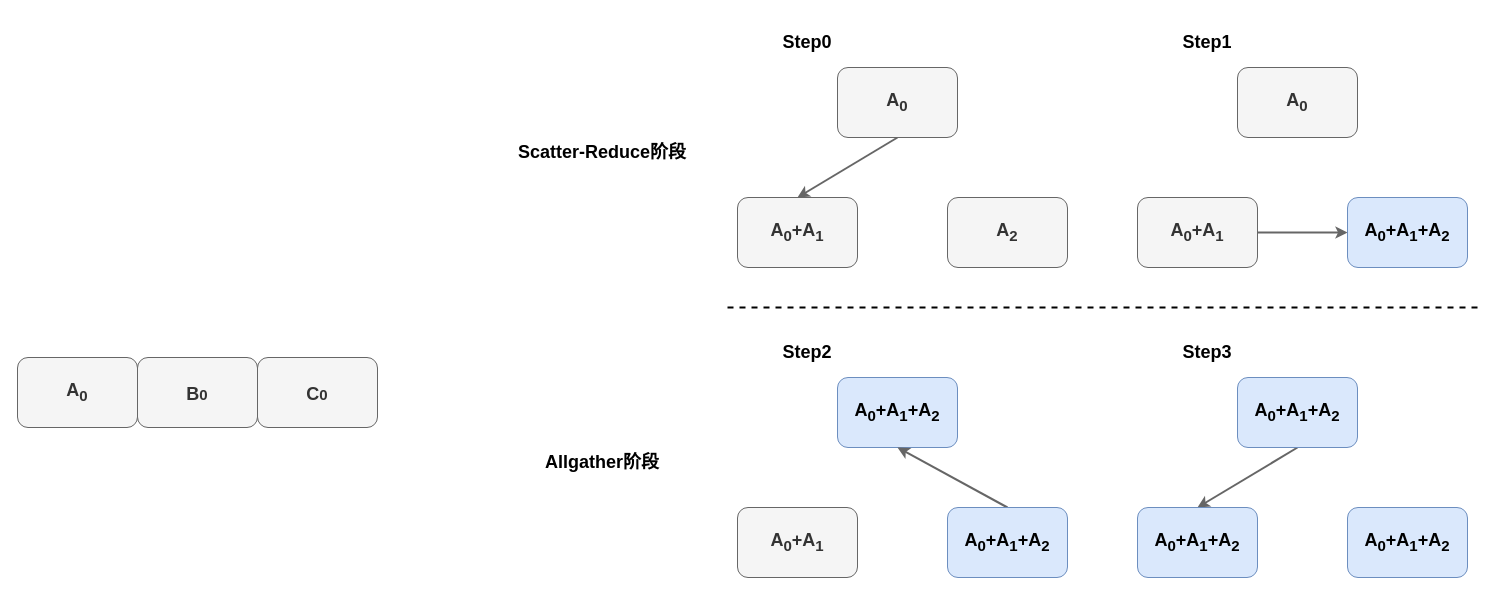
Above: Ring-Allreduce.drawio in abdzhangzeyu/draw.io (draw.io), before the change. Source tidied: cells renumbered, new cells numbered last; positions are measured from the earlier drawing's top-left corner, leaving out a move shared by most shapes. Both pictures are drawn from the tidied source at 100%, with x=0, y=0 at pixel (17, 27).
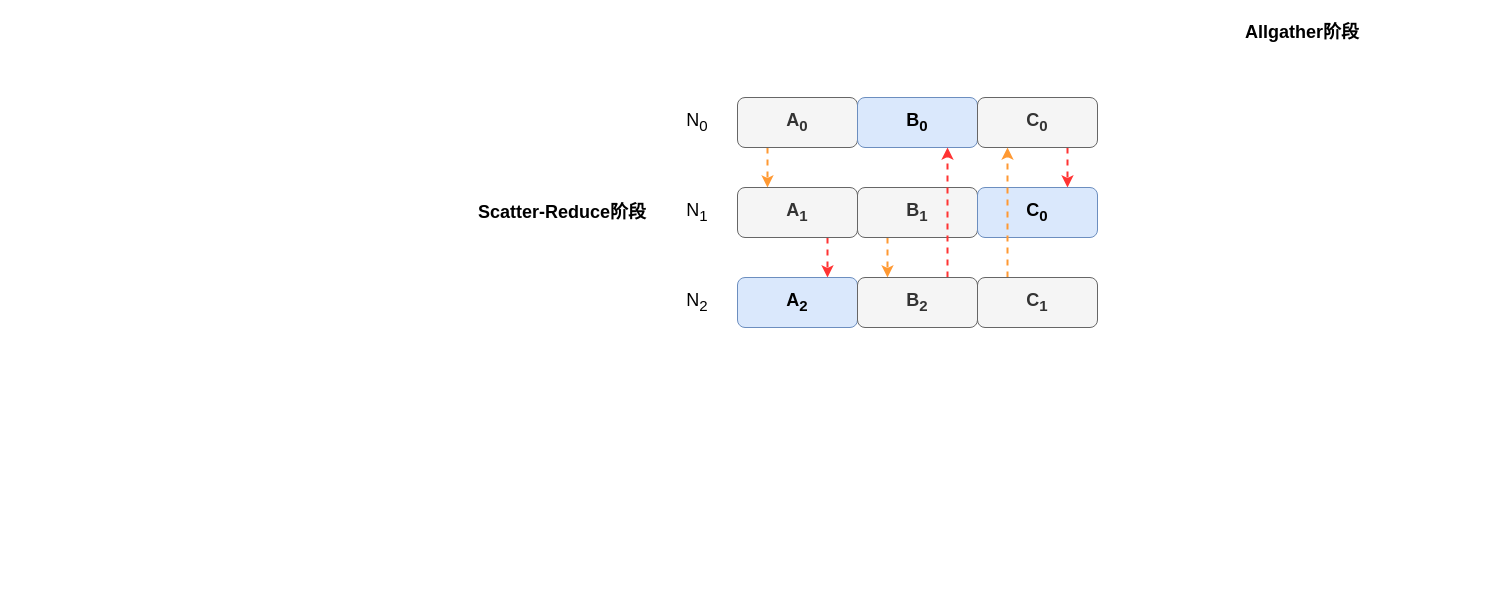
Above is the later version.

Diff of the diagram source:
```diff
@@
-    <mxCell id="2" style="edgeStyle=none;rounded=0;jettySize=auto;html=1;exitX=0.5;exitY=1;exitDx=0;exitDy=0;entryX=0.5;entryY=0;entryDx=0;entryDy=0;fontSize=18;fontColor=#000000;strokeColor=#666666;strokeWidth=2;fontStyle=1;fillColor=#f5f5f5;" parent="1" edge="1" source="3" target="4">
-      <mxGeometry relative="1" as="geometry" />
-    </mxCell>
-    <mxCell id="3" value="A&lt;sub&gt;0&lt;/sub&gt;" style="rounded=1;whiteSpace=wrap;html=1;shadow=0;fontSize=18;fontStyle=1;fillColor=#f5f5f5;fontColor=#333333;strokeColor=#666666;" parent="1" vertex="1">
-      <mxGeometry x="820" y="40" width="120" height="70" as="geometry" />
-    </mxCell>
-    <mxCell id="4" value="A&lt;sub&gt;0&lt;/sub&gt;+A&lt;sub&gt;1&lt;/sub&gt;" style="rounded=1;whiteSpace=wrap;html=1;shadow=0;fontSize=18;fontStyle=1;fillColor=#f5f5f5;fontColor=#333333;strokeColor=#666666;" parent="1" vertex="1">
-      <mxGeometry x="720" y="170" width="120" height="70" as="geometry" />
-    </mxCell>
-    <mxCell id="5" value="A&lt;sub&gt;2&lt;/sub&gt;" style="rounded=1;whiteSpace=wrap;html=1;shadow=0;fontSize=18;fontStyle=1;fillColor=#f5f5f5;fontColor=#333333;strokeColor=#666666;" parent="1" vertex="1">
-      <mxGeometry x="930" y="170" width="120" height="70" as="geometry" />
-    </mxCell>
-    <mxCell id="6" value="Step0" style="text;html=1;strokeColor=none;fillColor=none;align=center;verticalAlign=middle;whiteSpace=wrap;rounded=0;shadow=0;fontSize=18;fontColor=#000000;fontStyle=1;" parent="1" vertex="1">
-      <mxGeometry x="760" width="60" height="30" as="geometry" />
-    </mxCell>
-    <mxCell id="7" value="A&lt;sub&gt;0&lt;/sub&gt;" style="rounded=1;whiteSpace=wrap;html=1;shadow=0;fontSize=18;fontStyle=1;fillColor=#f5f5f5;fontColor=#333333;strokeColor=#666666;" parent="1" vertex="1">
-      <mxGeometry x="1220" y="40" width="120" height="70" as="geometry" />
-    </mxCell>
-    <mxCell id="8" style="edgeStyle=none;rounded=0;jettySize=auto;html=1;exitX=1;exitY=0.5;exitDx=0;exitDy=0;entryX=0;entryY=0.5;entryDx=0;entryDy=0;fontSize=18;fontColor=#000000;strokeColor=#666666;strokeWidth=2;fillColor=#f5f5f5;" parent="1" edge="1" source="9" target="10">
-      <mxGeometry relative="1" as="geometry" />
-    </mxCell>
-    <mxCell id="9" value="A&lt;sub&gt;0&lt;/sub&gt;+A&lt;sub&gt;1&lt;/sub&gt;" style="rounded=1;whiteSpace=wrap;html=1;shadow=0;fontSize=18;fontStyle=1;fillColor=#f5f5f5;fontColor=#333333;strokeColor=#666666;" parent="1" vertex="1">
-      <mxGeometry x="1120" y="170" width="120" height="70" as="geometry" />
-    </mxCell>
-    <mxCell id="10" value="A&lt;sub&gt;0&lt;/sub&gt;+A&lt;sub&gt;1&lt;/sub&gt;+A&lt;sub&gt;2&lt;/sub&gt;" style="rounded=1;whiteSpace=wrap;html=1;shadow=0;fontSize=18;fontStyle=1;fillColor=#dae8fc;strokeColor=#6c8ebf;" parent="1" vertex="1">
-      <mxGeometry x="1330" y="170" width="120" height="70" as="geometry" />
-    </mxCell>
-    <mxCell id="11" value="Step1" style="text;html=1;strokeColor=none;fillColor=none;align=center;verticalAlign=middle;whiteSpace=wrap;rounded=0;shadow=0;fontSize=18;fontColor=#000000;fontStyle=1;" parent="1" vertex="1">
-      <mxGeometry x="1160" width="60" height="30" as="geometry" />
-    </mxCell>
-    <mxCell id="12" value="A&lt;sub&gt;0&lt;/sub&gt;+A&lt;sub&gt;1&lt;/sub&gt;+A&lt;sub&gt;2&lt;/sub&gt;" style="rounded=1;whiteSpace=wrap;html=1;shadow=0;fontSize=18;fontStyle=1;fillColor=#dae8fc;strokeColor=#6c8ebf;" parent="1" vertex="1">
-      <mxGeometry x="820" y="350" width="120" height="70" as="geometry" />
-    </mxCell>
-    <mxCell id="13" value="A&lt;sub&gt;0&lt;/sub&gt;+A&lt;sub&gt;1&lt;/sub&gt;" style="rounded=1;whiteSpace=wrap;html=1;shadow=0;fontSize=18;fontStyle=1;fillColor=#f5f5f5;fontColor=#333333;strokeColor=#666666;" parent="1" vertex="1">
-      <mxGeometry x="720" y="480" width="120" height="70" as="geometry" />
-    </mxCell>
-    <mxCell id="14" style="edgeStyle=none;rounded=0;jettySize=auto;html=1;exitX=0.5;exitY=0;exitDx=0;exitDy=0;entryX=0.5;entryY=1;entryDx=0;entryDy=0;fontSize=18;fontColor=#000000;strokeColor=#666666;strokeWidth=2;fillColor=#f5f5f5;" parent="1" edge="1" source="15" target="12">
-      <mxGeometry relative="1" as="geometry" />
-    </mxCell>
-    <mxCell id="15" value="A&lt;sub&gt;0&lt;/sub&gt;+A&lt;sub&gt;1&lt;/sub&gt;+A&lt;sub&gt;2&lt;/sub&gt;" style="rounded=1;whiteSpace=wrap;html=1;shadow=0;fontSize=18;fontStyle=1;fillColor=#dae8fc;strokeColor=#6c8ebf;" parent="1" vertex="1">
-      <mxGeometry x="930" y="480" width="120" height="70" as="geometry" />
-    </mxCell>
-    <mxCell id="16" value="Step2" style="text;html=1;align=center;verticalAlign=middle;whiteSpace=wrap;rounded=0;shadow=0;fontSize=18;fontStyle=1;" parent="1" vertex="1">
-      <mxGeometry x="760" y="310" width="60" height="30" as="geometry" />
-    </mxCell>
-    <mxCell id="17" style="edgeStyle=none;rounded=0;jettySize=auto;html=1;exitX=0.5;exitY=1;exitDx=0;exitDy=0;entryX=0.5;entryY=0;entryDx=0;entryDy=0;fontSize=18;fontColor=#000000;strokeColor=#666666;strokeWidth=2;fillColor=#f5f5f5;" parent="1" edge="1" source="18" target="19">
-      <mxGeometry relative="1" as="geometry" />
-    </mxCell>
-    <mxCell id="18" value="A&lt;sub&gt;0&lt;/sub&gt;+A&lt;sub&gt;1&lt;/sub&gt;+A&lt;sub&gt;2&lt;/sub&gt;" style="rounded=1;whiteSpace=wrap;html=1;shadow=0;fontSize=18;fontStyle=1;fillColor=#dae8fc;strokeColor=#6c8ebf;" parent="1" vertex="1">
-      <mxGeometry x="1220" y="350" width="120" height="70" as="geometry" />
-    </mxCell>
-    <mxCell id="19" value="A&lt;sub&gt;0&lt;/sub&gt;+A&lt;sub&gt;1&lt;/sub&gt;+A&lt;sub&gt;2&lt;/sub&gt;" style="rounded=1;whiteSpace=wrap;html=1;shadow=0;fontSize=18;fontStyle=1;fillColor=#dae8fc;strokeColor=#6c8ebf;" parent="1" vertex="1">
-      <mxGeometry x="1120" y="480" width="120" height="70" as="geometry" />
-    </mxCell>
-    <mxCell id="20" value="A&lt;sub&gt;0&lt;/sub&gt;+A&lt;sub&gt;1&lt;/sub&gt;+A&lt;sub&gt;2&lt;/sub&gt;" style="rounded=1;whiteSpace=wrap;html=1;shadow=0;fontSize=18;fontStyle=1;fillColor=#dae8fc;strokeColor=#6c8ebf;" parent="1" vertex="1">
-      <mxGeometry x="1330" y="480" width="120" height="70" as="geometry" />
-    </mxCell>
-    <mxCell id="21" value="Step3" style="text;html=1;align=center;verticalAlign=middle;whiteSpace=wrap;rounded=0;shadow=0;fontSize=18;fontStyle=1;" parent="1" vertex="1">
-      <mxGeometry x="1160" y="310" width="60" height="30" as="geometry" />
-    </mxCell>
     <mxCell id="22" value="&lt;b&gt;Scatter-Reduce阶段&lt;/b&gt;" style="text;html=1;strokeColor=none;fillColor=none;align=center;verticalAlign=middle;whiteSpace=wrap;rounded=0;shadow=0;fontSize=18;fontColor=#000000;" parent="1" vertex="1">
-      <mxGeometry x="490" y="110" width="190" height="30" as="geometry" />
+      <mxGeometry x="450" y="170" width="190" height="30" as="geometry" />
     </mxCell>
-    <mxCell id="23" style="endArrow=none;dashed=1;html=1;rounded=0;fontSize=18;fontColor=#000000;strokeColor=#000000;strokeWidth=2;" parent="1" edge="1">
-      <mxGeometry relative="1" as="geometry">
-        <mxPoint x="710" y="280" as="sourcePoint" />
-        <mxPoint x="1460" y="280" as="targetPoint" />
-      </mxGeometry>
-    </mxCell>
     <mxCell id="24" value="&lt;b&gt;Allgather阶段&lt;/b&gt;" style="text;html=1;strokeColor=none;fillColor=none;align=center;verticalAlign=middle;whiteSpace=wrap;rounded=0;shadow=0;fontSize=18;fontColor=#000000;" parent="1" vertex="1">
-      <mxGeometry x="490" y="420" width="190" height="30" as="geometry" />
+      <mxGeometry x="1190" y="-10" width="190" height="30" as="geometry" />
     </mxCell>
+    <mxCell id="28" style="edgeStyle=orthogonalEdgeStyle;rounded=0;jettySize=auto;html=1;exitX=0.25;exitY=1;exitDx=0;exitDy=0;entryX=0.25;entryY=0;entryDx=0;entryDy=0;fontSize=18;dashed=1;fillColor=#fff2cc;strokeColor=#FF9933;strokeWidth=2;" parent="1" edge="1" source="25" target="33">
+      <mxGeometry relative="1" as="geometry" />
+    </mxCell>
-    <mxCell id="25" value="A&lt;sub&gt;0&lt;/sub&gt;" style="rounded=1;whiteSpace=wrap;html=1;shadow=0;fontSize=18;fontStyle=1;fillColor=#f5f5f5;fontColor=#333333;strokeColor=#666666;" parent="1" vertex="1">
-      <mxGeometry y="330" width="120" height="70" as="geometry" />
+    <mxCell id="25" value="A&lt;sub&gt;&lt;font style=&quot;font-size: 15px;&quot;&gt;0&lt;/font&gt;&lt;/sub&gt;" style="rounded=1;whiteSpace=wrap;html=1;shadow=0;fontSize=18;fontStyle=1;fillColor=#f5f5f5;fontColor=#333333;strokeColor=#666666;" parent="1" vertex="1">
+      <mxGeometry x="720" y="70" width="120" height="50" as="geometry" />
     </mxCell>
-    <mxCell id="26" value="&lt;sub&gt;&lt;span style=&quot;font-size: 18px;&quot;&gt;B&lt;/span&gt;0&lt;/sub&gt;" style="rounded=1;whiteSpace=wrap;html=1;shadow=0;fontSize=18;fontStyle=1;fillColor=#f5f5f5;fontColor=#333333;strokeColor=#666666;" parent="1" vertex="1">
-      <mxGeometry x="120" y="330" width="120" height="70" as="geometry" />
+    <mxCell id="26" value="&lt;font style=&quot;font-size: 18px;&quot;&gt;B&lt;sub&gt;0&lt;/sub&gt;&lt;/font&gt;" style="rounded=1;whiteSpace=wrap;html=1;shadow=0;fontSize=18;fontStyle=1;fillColor=#dae8fc;strokeColor=#6c8ebf;" parent="1" vertex="1">
+      <mxGeometry x="840" y="70" width="120" height="50" as="geometry" />
     </mxCell>
+    <mxCell id="29" style="edgeStyle=orthogonalEdgeStyle;rounded=0;jettySize=auto;html=1;exitX=0.75;exitY=1;exitDx=0;exitDy=0;entryX=0.75;entryY=0;entryDx=0;entryDy=0;dashed=1;fontSize=18;strokeColor=#FF3333;strokeWidth=2;" parent="1" edge="1" source="27" target="36">
+      <mxGeometry relative="1" as="geometry" />
+    </mxCell>
-    <mxCell id="27" value="&lt;sub&gt;&lt;span style=&quot;font-size: 18px;&quot;&gt;C&lt;/span&gt;0&lt;/sub&gt;" style="rounded=1;whiteSpace=wrap;html=1;shadow=0;fontSize=18;fontStyle=1;fillColor=#f5f5f5;fontColor=#333333;strokeColor=#666666;" parent="1" vertex="1">
-      <mxGeometry x="240" y="330" width="120" height="70" as="geometry" />
+    <mxCell id="27" value="&lt;span style=&quot;font-size: 18px;&quot;&gt;C&lt;/span&gt;&lt;sub&gt;&lt;font style=&quot;font-size: 15px;&quot;&gt;0&lt;/font&gt;&lt;/sub&gt;" style="rounded=1;whiteSpace=wrap;html=1;shadow=0;fontSize=18;fontStyle=1;fillColor=#f5f5f5;fontColor=#333333;strokeColor=#666666;" parent="1" vertex="1">
+      <mxGeometry x="960" y="70" width="120" height="50" as="geometry" />
     </mxCell>
+    <mxCell id="30" value="&lt;font style=&quot;font-size: 18px;&quot;&gt;N&lt;sub&gt;0&lt;/sub&gt;&lt;/font&gt;" style="text;html=1;strokeColor=none;fillColor=none;align=center;verticalAlign=middle;whiteSpace=wrap;rounded=0;" parent="1" vertex="1">
+      <mxGeometry x="650" y="80" width="60" height="30" as="geometry" />
+    </mxCell>
+    <mxCell id="31" value="&lt;font style=&quot;font-size: 18px;&quot;&gt;&lt;font style=&quot;&quot;&gt;N&lt;/font&gt;&lt;font style=&quot;&quot;&gt;&lt;sub&gt;1&lt;/sub&gt;&lt;/font&gt;&lt;/font&gt;" style="text;html=1;strokeColor=none;fillColor=none;align=center;verticalAlign=middle;whiteSpace=wrap;rounded=0;" parent="1" vertex="1">
+      <mxGeometry x="650" y="170" width="60" height="30" as="geometry" />
+    </mxCell>
+    <mxCell id="32" style="edgeStyle=orthogonalEdgeStyle;rounded=0;jettySize=auto;html=1;exitX=0.75;exitY=1;exitDx=0;exitDy=0;entryX=0.75;entryY=0;entryDx=0;entryDy=0;dashed=1;fontSize=18;strokeColor=#FF3333;strokeWidth=2;" parent="1" edge="1" source="33" target="5">
+      <mxGeometry relative="1" as="geometry" />
+    </mxCell>
+    <mxCell id="33" value="A&lt;sub style=&quot;&quot;&gt;&lt;font style=&quot;font-size: 15px;&quot;&gt;1&lt;/font&gt;&lt;/sub&gt;" style="rounded=1;whiteSpace=wrap;html=1;shadow=0;fontSize=18;fontStyle=1;fillColor=#f5f5f5;fontColor=#333333;strokeColor=#666666;" parent="1" vertex="1">
+      <mxGeometry x="720" y="160" width="120" height="50" as="geometry" />
+    </mxCell>
+    <mxCell id="34" style="edgeStyle=orthogonalEdgeStyle;rounded=0;jettySize=auto;html=1;exitX=0.25;exitY=1;exitDx=0;exitDy=0;entryX=0.25;entryY=0;entryDx=0;entryDy=0;dashed=1;fontSize=18;strokeWidth=2;strokeColor=#FF9933;" parent="1" edge="1" source="35" target="39">
+      <mxGeometry relative="1" as="geometry" />
+    </mxCell>
+    <mxCell id="35" value="B&lt;sub style=&quot;&quot;&gt;&lt;font style=&quot;font-size: 15px;&quot;&gt;1&lt;/font&gt;&lt;/sub&gt;" style="rounded=1;whiteSpace=wrap;html=1;shadow=0;fontSize=18;fontStyle=1;fillColor=#f5f5f5;fontColor=#333333;strokeColor=#666666;" parent="1" vertex="1">
+      <mxGeometry x="840" y="160" width="120" height="50" as="geometry" />
+    </mxCell>
+    <mxCell id="36" value="&lt;span style=&quot;&quot;&gt;C&lt;/span&gt;&lt;sub style=&quot;&quot;&gt;0&lt;/sub&gt;" style="rounded=1;whiteSpace=wrap;html=1;shadow=0;fontSize=18;fontStyle=1;fillColor=#dae8fc;strokeColor=#6c8ebf;" parent="1" vertex="1">
+      <mxGeometry x="960" y="160" width="120" height="50" as="geometry" />
+    </mxCell>
+    <mxCell id="37" value="&lt;font style=&quot;font-size: 18px;&quot;&gt;N&lt;/font&gt;&lt;font style=&quot;font-size: 18px;&quot;&gt;&lt;sub&gt;2&lt;/sub&gt;&lt;/font&gt;" style="text;html=1;strokeColor=none;fillColor=none;align=center;verticalAlign=middle;whiteSpace=wrap;rounded=0;" parent="1" vertex="1">
+      <mxGeometry x="650" y="260" width="60" height="30" as="geometry" />
+    </mxCell>
+    <mxCell id="5" value="&lt;font style=&quot;font-size: 18px;&quot;&gt;A&lt;/font&gt;&lt;sub style=&quot;&quot;&gt;&lt;font style=&quot;font-size: 15px;&quot;&gt;2&lt;/font&gt;&lt;/sub&gt;" style="rounded=1;whiteSpace=wrap;html=1;shadow=0;fontSize=18;fontStyle=1;fillColor=#dae8fc;strokeColor=#6c8ebf;" parent="1" vertex="1">
+      <mxGeometry x="720" y="250" width="120" height="50" as="geometry" />
+    </mxCell>
+    <mxCell id="38" style="edgeStyle=orthogonalEdgeStyle;rounded=0;jettySize=auto;html=1;exitX=0.75;exitY=0;exitDx=0;exitDy=0;entryX=0.75;entryY=1;entryDx=0;entryDy=0;dashed=1;fontSize=18;strokeColor=#FF3333;strokeWidth=2;" parent="1" edge="1" source="39" target="26">
+      <mxGeometry relative="1" as="geometry" />
+    </mxCell>
+    <mxCell id="39" value="&lt;font style=&quot;font-size: 18px;&quot;&gt;B&lt;/font&gt;&lt;sub style=&quot;&quot;&gt;&lt;font style=&quot;font-size: 15px;&quot;&gt;2&lt;/font&gt;&lt;/sub&gt;" style="rounded=1;whiteSpace=wrap;html=1;shadow=0;fontSize=18;fontStyle=1;fillColor=#f5f5f5;fontColor=#333333;strokeColor=#666666;" parent="1" vertex="1">
+      <mxGeometry x="840" y="250" width="120" height="50" as="geometry" />
+    </mxCell>
+    <mxCell id="40" style="edgeStyle=orthogonalEdgeStyle;rounded=0;jettySize=auto;html=1;exitX=0.25;exitY=0;exitDx=0;exitDy=0;entryX=0.25;entryY=1;entryDx=0;entryDy=0;dashed=1;fontSize=18;strokeWidth=2;strokeColor=#FF9933;" parent="1" edge="1" source="41" target="27">
+      <mxGeometry relative="1" as="geometry" />
+    </mxCell>
+    <mxCell id="41" value="&lt;font style=&quot;font-size: 18px;&quot;&gt;C&lt;sub style=&quot;&quot;&gt;1&lt;/sub&gt;&lt;/font&gt;" style="rounded=1;whiteSpace=wrap;html=1;shadow=0;fontSize=18;fontStyle=1;fillColor=#f5f5f5;fontColor=#333333;strokeColor=#666666;" parent="1" vertex="1">
+      <mxGeometry x="960" y="250" width="120" height="50" as="geometry" />
+    </mxCell>
```
